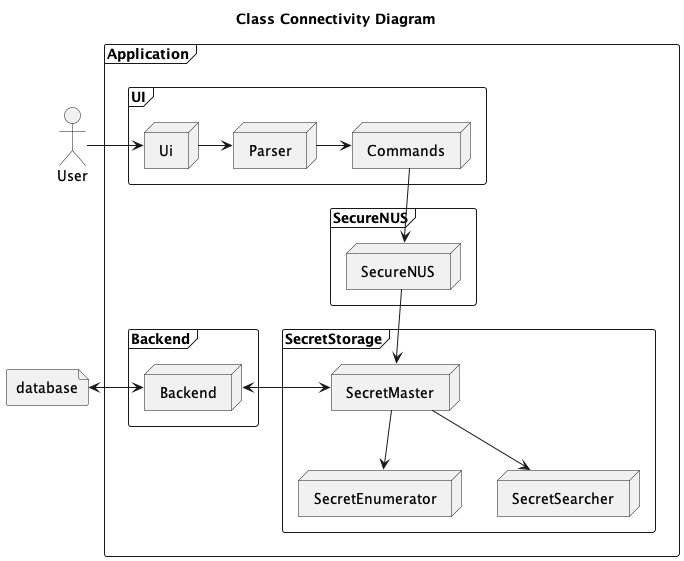
Above: docs/DGDiagramsCreator/ClassHigh-Class_Connectivity_Diagram.png in stevenantya/tp (PlantUML), before the change.
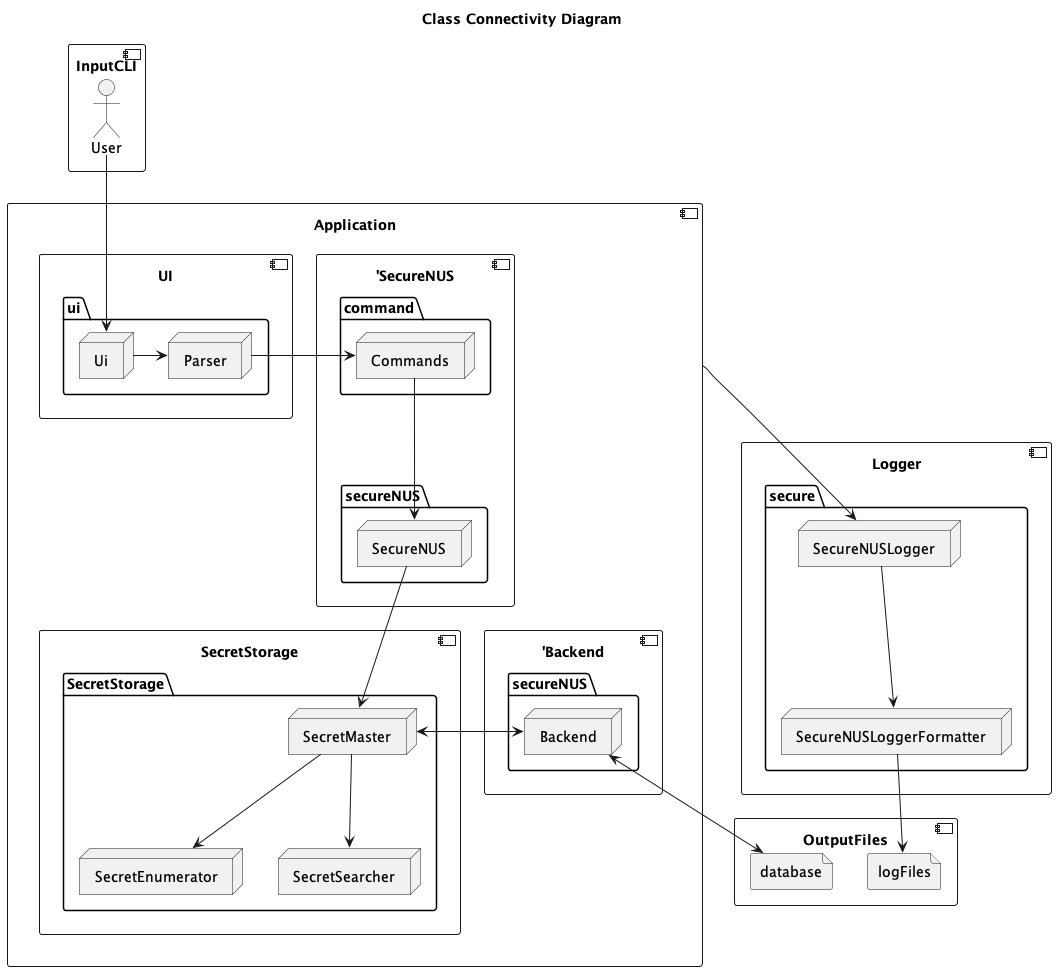
After the change.

What changed in the source:
```diff
@@ -1,34 +1,61 @@
 @startuml
 !include Style.puml
 title Class Connectivity Diagram
-actor User
-file "database"
-frame "Application" {
-    frame "UI" {
-        node Ui
-        node Parser
-        node Commands
-        Ui -> Parser
-        Parser -> Commands
+component "Application" {
+    component 'SecureNUS {
+        package "command" {
+            node Commands
+        }
+        package secureNUS {
+            node SecureNUS
+        }
     }
-    frame SecureNUS {
-        node SecureNUS
+
+    component UI {
+        package "ui" {
+            node Ui
+            node Parser
+            Ui -> Parser
+        }
+
     }
-    frame SecretStorage {
-        node SecretMaster
-        node SecretEnumerator
-        node SecretSearcher
+
+    Parser -right-> Commands
+
+    component 'Backend {
+        package secureNUS {
+            node Backend
+        }
     }
-    frame Backend {
-        node Backend
+    component SecretStorage {
+        package SecretStorage {
+            node SecretMaster
+            node SecretEnumerator
+            node SecretSearcher
+        }
     }
-    Commands --> SecureNUS.SecureNUS
-    SecureNUS.SecureNUS --> SecretMaster
+
+    Commands --> SecureNUS
+    SecureNUS --> SecretMaster
     SecretMaster --> SecretSearcher
     SecretMaster --> SecretEnumerator
-    SecretMaster <-> Backend.Backend
+    SecretMaster <-right-> Backend
 
 }
-Ui <-left- User
-Application.Backend.Backend <-left-> database
+component InputCLI {
+    actor User
+}
+component Logger {
+    node secure.SecureNUSLogger
+    node secure.SecureNUSLoggerFormatter
+    SecureNUSLogger --> SecureNUSLoggerFormatter
+}
+component OutputFiles {
+    file logFiles
+    file database
+}
+Application --> SecureNUSLogger
+SecureNUSLoggerFormatter --> logFiles
+User --> Ui
+Backend <-> database
 @enduml
```
